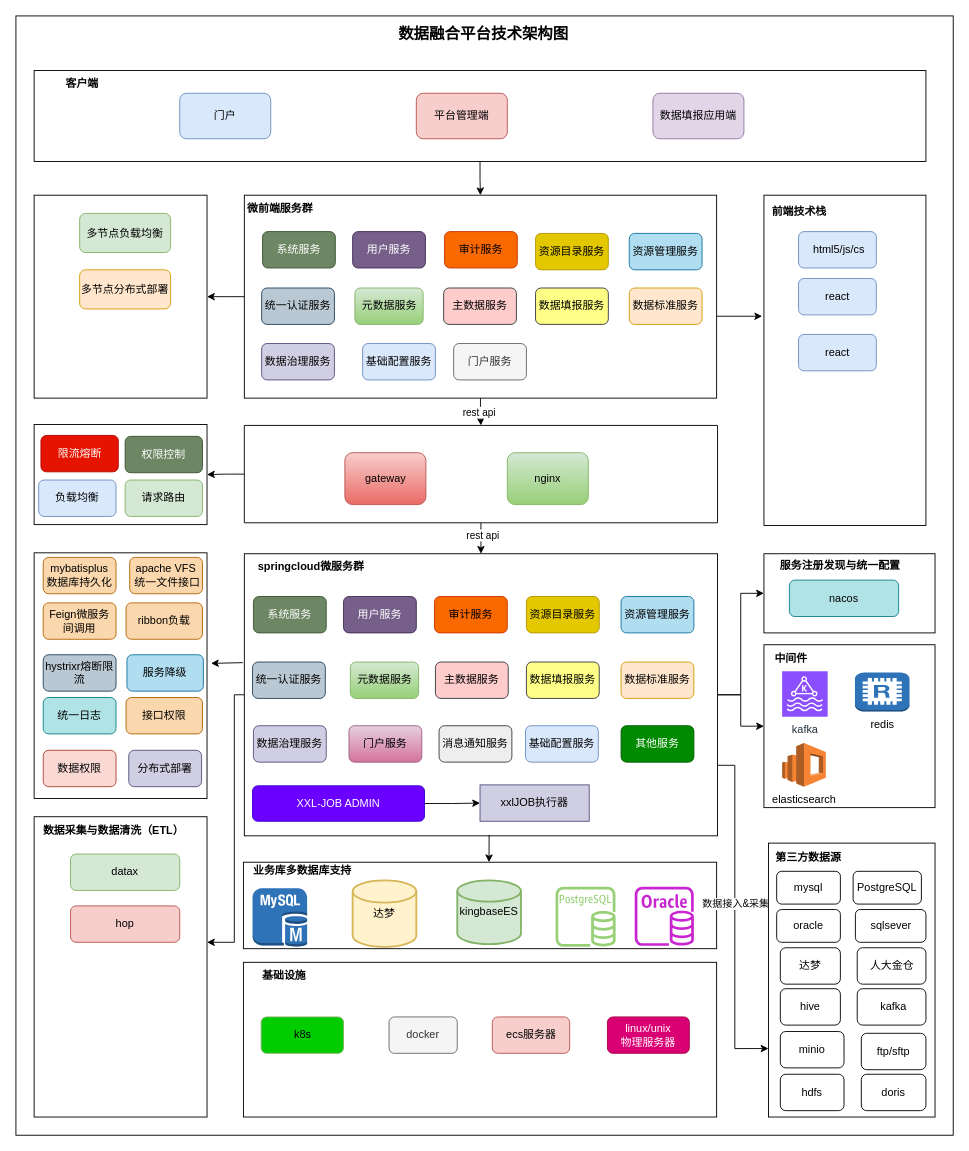
weiqingping/dw keeps this draw.io diagram as 数据平台架构图.drawio. Above is the earlier version. Source tidied: cells renumbered, new cells numbered last; positions are measured from the earlier drawing's top-left corner, leaving out a move shared by most shapes. Both pictures are drawn from the tidied source at 91%, with x=0, y=0 at pixel (15, 15).
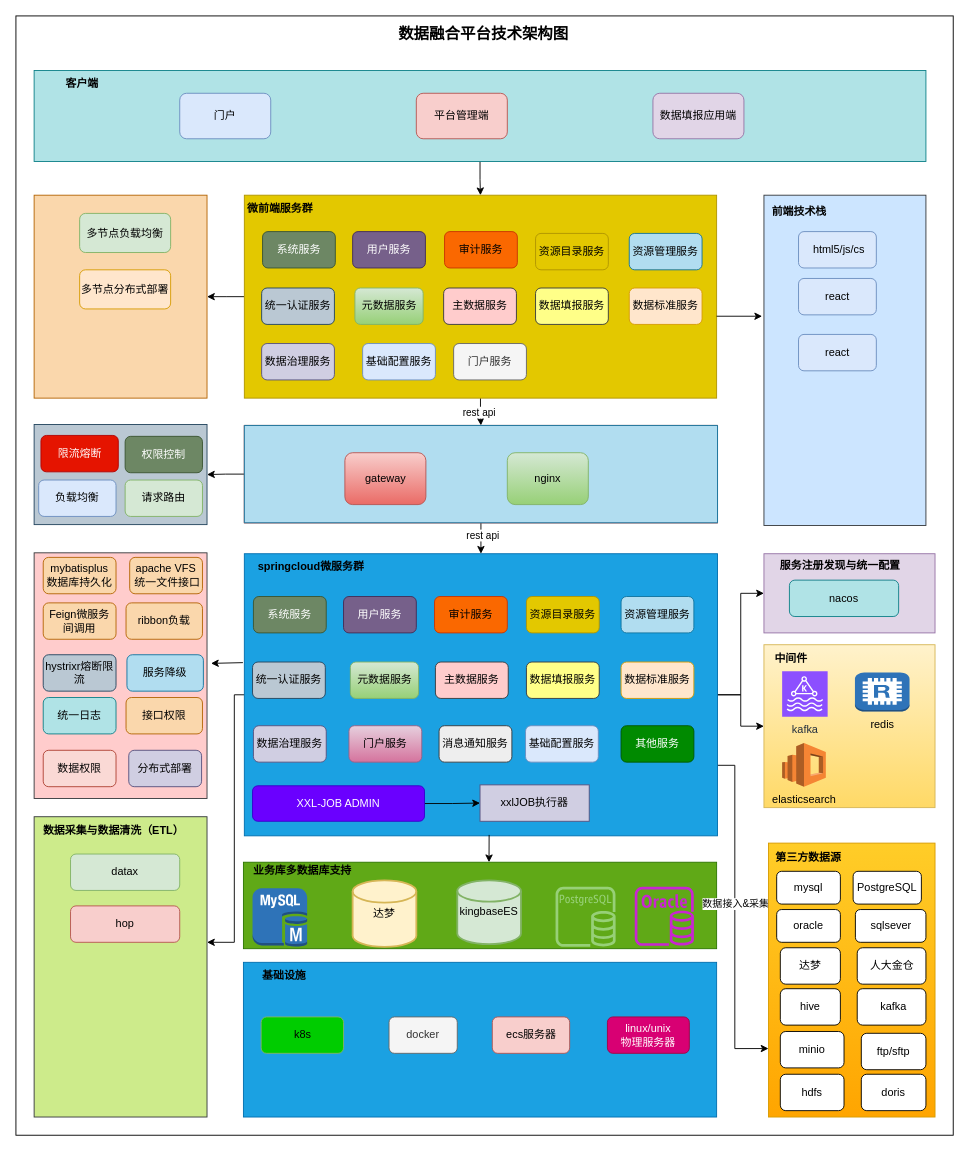
The same page after the edit.

Commit message:
更新数据平台架构图.drawio

What changed in the source:
```diff
@@
-    <mxCell id="3" style="rounded=0;whiteSpace=wrap;html=1;" parent="1" vertex="1">
+    <mxCell id="3" style="rounded=0;whiteSpace=wrap;html=1;fillColor=#1ba1e2;fontColor=#ffffff;strokeColor=#006EAF;" parent="1" vertex="1">
       <mxGeometry x="250" y="1040" width="520" height="170" as="geometry" />
     </mxCell>
@@
-    <mxCell id="8" style="rounded=0;whiteSpace=wrap;html=1;" parent="1" vertex="1">
+    <mxCell id="8" style="rounded=0;whiteSpace=wrap;html=1;fillColor=#60a917;fontColor=#ffffff;strokeColor=#2D7600;" parent="1" vertex="1">
       <mxGeometry x="250" y="930" width="520" height="95" as="geometry" />
     </mxCell>
@@
-    <mxCell id="16" style="rounded=0;whiteSpace=wrap;html=1;" parent="1" vertex="1">
+    <mxCell id="16" style="rounded=0;whiteSpace=wrap;html=1;fillColor=#1ba1e2;fontColor=#ffffff;strokeColor=#006EAF;" parent="1" vertex="1">
       <mxGeometry x="251" y="591" width="520" height="310" as="geometry" />
     </mxCell>
@@
-    <mxCell id="39" style="rounded=0;whiteSpace=wrap;html=1;" parent="1" vertex="1">
+    <mxCell id="39" style="rounded=0;whiteSpace=wrap;html=1;fillColor=#ffcccc;strokeColor=#36393d;" parent="1" vertex="1">
       <mxGeometry x="20" y="590" width="190" height="270" as="geometry" />
     </mxCell>
@@
-    <mxCell id="46" style="rounded=0;whiteSpace=wrap;html=1;" parent="1" vertex="1">
+    <mxCell id="46" style="rounded=0;whiteSpace=wrap;html=1;fillColor=#fff2cc;gradientColor=#ffd966;strokeColor=#d6b656;" parent="1" vertex="1">
       <mxGeometry x="822" y="691" width="188" height="179" as="geometry" />
     </mxCell>
@@
-    <mxCell id="51" style="rounded=0;whiteSpace=wrap;html=1;" parent="1" vertex="1">
+    <mxCell id="51" style="rounded=0;whiteSpace=wrap;html=1;fillColor=#e1d5e7;strokeColor=#9673a6;" parent="1" vertex="1">
       <mxGeometry x="822" y="591" width="188" height="87" as="geometry" />
     </mxCell>
@@
-    <mxCell id="56" style="rounded=0;whiteSpace=wrap;html=1;" parent="1" vertex="1">
+    <mxCell id="56" style="rounded=0;whiteSpace=wrap;html=1;fillColor=#bac8d3;strokeColor=#23445d;" parent="1" vertex="1">
       <mxGeometry x="20" y="449" width="190" height="110" as="geometry" />
     </mxCell>
@@
-    <mxCell id="64" style="rounded=0;whiteSpace=wrap;html=1;" parent="1" vertex="1">
+    <mxCell id="64" style="rounded=0;whiteSpace=wrap;html=1;fillColor=#e3c800;fontColor=#000000;strokeColor=#B09500;" parent="1" vertex="1">
       <mxGeometry x="251" y="197" width="519" height="223" as="geometry" />
     </mxCell>
@@
-    <mxCell id="78" style="rounded=0;whiteSpace=wrap;html=1;" parent="1" vertex="1">
+    <mxCell id="78" style="rounded=0;whiteSpace=wrap;html=1;fillColor=#cce5ff;strokeColor=#36393d;" parent="1" vertex="1">
       <mxGeometry x="822" y="197" width="178" height="363" as="geometry" />
     </mxCell>
-    <mxCell id="79" style="rounded=0;whiteSpace=wrap;html=1;" parent="1" vertex="1">
+    <mxCell id="79" style="rounded=0;whiteSpace=wrap;html=1;fillColor=#fad7ac;strokeColor=#b46504;" parent="1" vertex="1">
       <mxGeometry x="20" y="197" width="190" height="223" as="geometry" />
     </mxCell>
@@
-    <mxCell id="82" style="group;" parent="1" vertex="1">
-      <mxGeometry x="251" y="450" width="520" height="107" as="geometry" />
-    </mxCell>
-    <mxCell id="83" style="group;" parent="82" vertex="1">
-      <mxGeometry width="520" height="107" as="geometry" />
-    </mxCell>
-    <mxCell id="84" style="verticalLabelPosition=bottom;verticalAlign=top;html=1;shape=mxgraph.basic.rect;fillColor2=none;strokeWidth=1;size=20;indent=5;" parent="83" vertex="1">
-      <mxGeometry width="520" height="107" as="geometry" />
-    </mxCell>
-    <mxCell id="85" value="gateway" style="rounded=1;whiteSpace=wrap;html=1;fillColor=#f8cecc;strokeColor=#b85450;gradientColor=#ea6b66;" parent="83" vertex="1">
-      <mxGeometry x="110.5" y="30" width="89" height="57" as="geometry" />
-    </mxCell>
-    <mxCell id="86" value="nginx" style="rounded=1;whiteSpace=wrap;html=1;fillColor=#d5e8d4;gradientColor=#97d077;strokeColor=#82b366;" parent="83" vertex="1">
-      <mxGeometry x="289" y="30" width="89" height="57" as="geometry" />
-    </mxCell>
@@
-    <mxCell id="92" style="rounded=0;whiteSpace=wrap;html=1;" parent="1" vertex="1">
+    <mxCell id="92" style="rounded=0;whiteSpace=wrap;html=1;fillColor=#b0e3e6;strokeColor=#0e8088;" parent="1" vertex="1">
       <mxGeometry x="20" y="60" width="980" height="100" as="geometry" />
     </mxCell>
@@
-    <mxCell id="97" style="rounded=0;whiteSpace=wrap;html=1;" parent="1" vertex="1">
+    <mxCell id="97" style="rounded=0;whiteSpace=wrap;html=1;fillColor=#ffcd28;gradientColor=#ffa500;strokeColor=#d79b00;" parent="1" vertex="1">
       <mxGeometry x="827" y="909" width="183" height="301" as="geometry" />
     </mxCell>
@@
-    <mxCell id="109" style="rounded=0;whiteSpace=wrap;html=1;" parent="1" vertex="1">
+    <mxCell id="109" style="rounded=0;whiteSpace=wrap;html=1;fillColor=#cdeb8b;strokeColor=#36393d;" parent="1" vertex="1">
       <mxGeometry x="20" y="880" width="190" height="330" as="geometry" />
     </mxCell>
@@
+    <mxCell id="82" style="group;fillColor=#fad9d5;strokeColor=#ae4132;" parent="1" vertex="1">
+      <mxGeometry x="251" y="450" width="520" height="107" as="geometry" />
+    </mxCell>
+    <mxCell id="83" style="group;fillColor=#f8cecc;strokeColor=#b85450;gradientColor=#ea6b66;" parent="1" vertex="1">
+      <mxGeometry x="251" y="450" width="520" height="107" as="geometry" />
+    </mxCell>
+    <mxCell id="84" style="verticalLabelPosition=bottom;verticalAlign=top;html=1;shape=mxgraph.basic.rect;fillColor2=none;strokeWidth=1;size=20;indent=5;fillColor=#b1ddf0;strokeColor=#10739e;" parent="1" vertex="1">
+      <mxGeometry x="251" y="450" width="520" height="107" as="geometry" />
+    </mxCell>
+    <mxCell id="85" value="gateway" style="rounded=1;whiteSpace=wrap;html=1;fillColor=#f8cecc;strokeColor=#b85450;gradientColor=#ea6b66;" parent="1" vertex="1">
+      <mxGeometry x="361.5" y="480" width="89" height="57" as="geometry" />
+    </mxCell>
+    <mxCell id="86" value="nginx" style="rounded=1;whiteSpace=wrap;html=1;fillColor=#d5e8d4;gradientColor=#97d077;strokeColor=#82b366;" parent="1" vertex="1">
+      <mxGeometry x="540" y="480" width="89" height="57" as="geometry" />
+    </mxCell>
```
